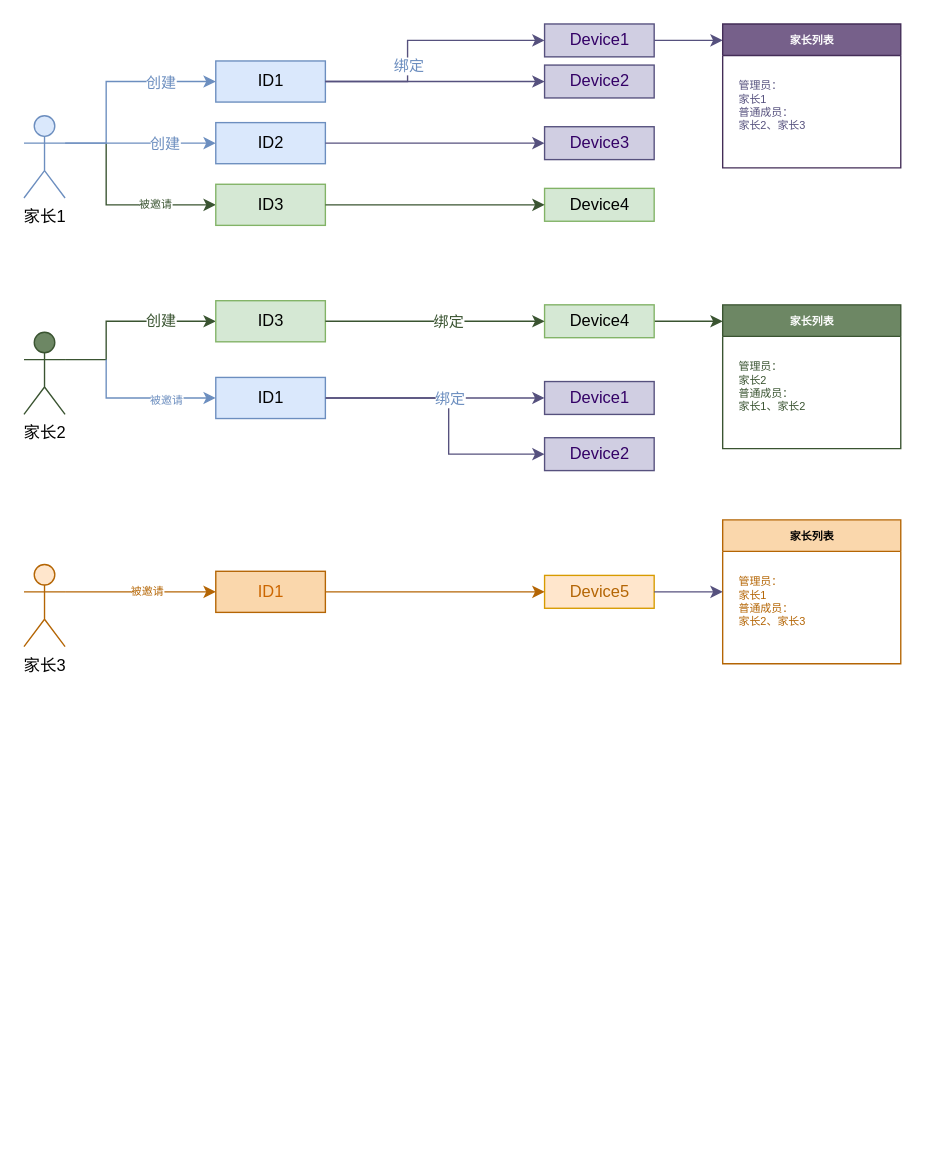
Above: jiajia.drawio in yangbe/diagrams (draw.io), before the change. Source tidied: cells renumbered, new cells numbered last; positions are measured from the earlier drawing's top-left corner, leaving out a move shared by most shapes. Both pictures are drawn from the tidied source at 137%, with x=0, y=0 at pixel (23, 23).
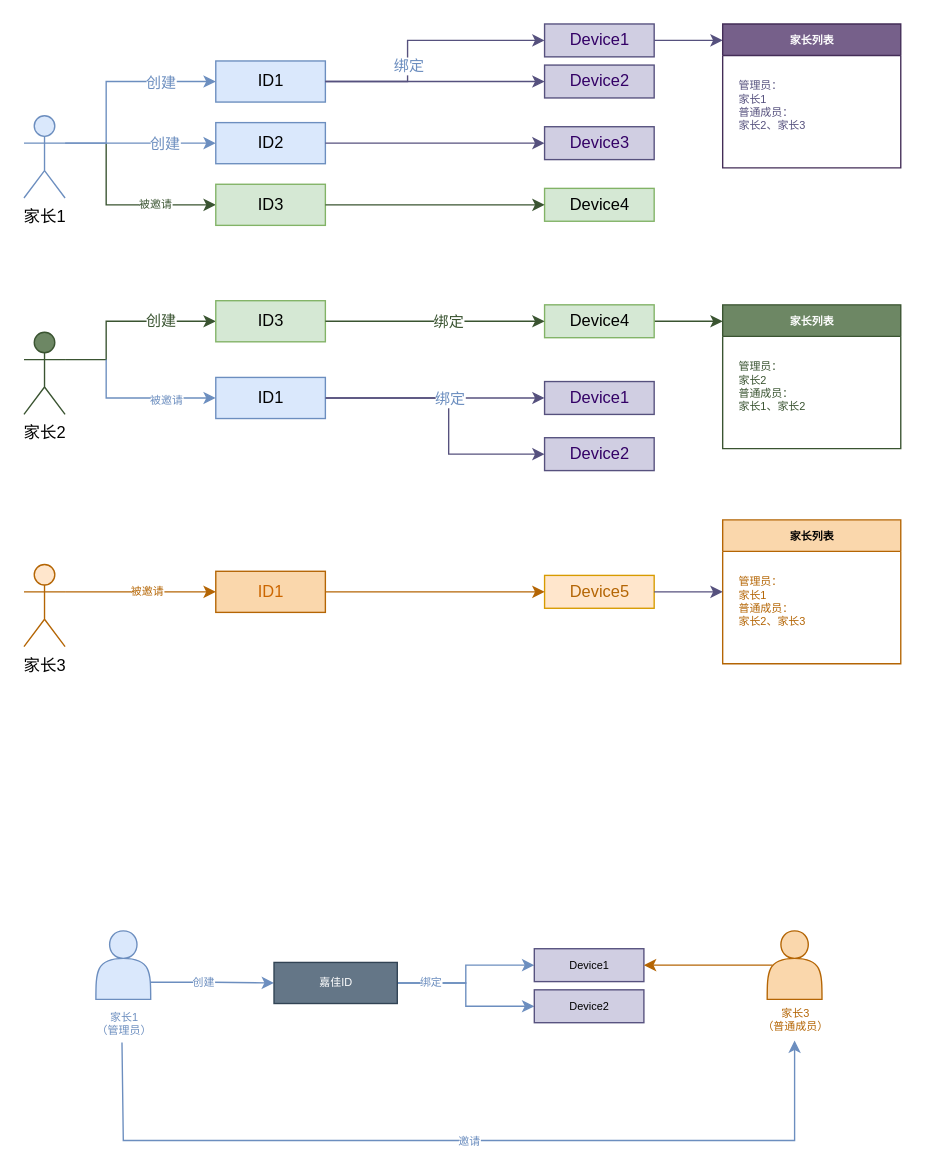
The same diagram, later.

What changed in the source:
```diff
@@
+    <mxCell id="53" style="edgeStyle=orthogonalEdgeStyle;rounded=0;jettySize=auto;html=1;exitX=1;exitY=0.75;exitDx=0;exitDy=0;entryX=0;entryY=0.5;entryDx=0;entryDy=0;fontSize=8;fontColor=#6C8EBF;strokeColor=#6C8EBF;" parent="1" edge="1" source="57" target="61">
+      <mxGeometry relative="1" as="geometry" />
+    </mxCell>
+    <mxCell id="54" value="创建" style="edgeLabel;html=1;align=center;verticalAlign=middle;fontSize=8;fontColor=#6C8EBF;" parent="53" vertex="1">
+      <mxGeometry x="-0.16" relative="1" as="geometry" />
+    </mxCell>
+    <mxCell id="55" style="edgeStyle=orthogonalEdgeStyle;rounded=0;jettySize=auto;html=1;exitX=0.488;exitY=0.95;exitDx=0;exitDy=0;fontSize=8;exitPerimeter=0;fontColor=#6C8EBF;labelBackgroundColor=none;strokeColor=#6C8EBF;" parent="1" edge="1" source="67" target="66">
+      <mxGeometry relative="1" as="geometry">
+        <Array as="points">
+          <mxPoint x="72.5" y="744" />
+          <mxPoint x="72.5" y="815" />
+          <mxPoint x="562.5" y="815" />
+        </Array>
+      </mxGeometry>
+    </mxCell>
+    <mxCell id="56" value="邀请" style="edgeLabel;html=1;align=center;verticalAlign=middle;fontSize=8;fontColor=#6C8EBF;" parent="55" vertex="1">
+      <mxGeometry x="0.02" relative="1" as="geometry" />
+    </mxCell>
+    <mxCell id="57" style="shape=actor;whiteSpace=wrap;html=1;rounded=0;glass=0;sketch=0;fontSize=8;strokeColor=#6c8ebf;align=left;fillColor=#dae8fc;verticalAlign=middle;" parent="1" vertex="1">
+      <mxGeometry x="52.5" y="662" width="40" height="50" as="geometry" />
+    </mxCell>
+    <mxCell id="58" style="edgeStyle=orthogonalEdgeStyle;rounded=0;jettySize=auto;html=1;fontSize=8;exitX=1;exitY=0.5;exitDx=0;exitDy=0;entryX=0;entryY=0.5;entryDx=0;entryDy=0;fontColor=#6C8EBF;strokeColor=#6C8EBF;" parent="1" edge="1" source="61" target="62">
+      <mxGeometry relative="1" as="geometry">
+        <Array as="points">
+          <mxPoint x="322.5" y="700" />
+          <mxPoint x="322.5" y="717" />
+        </Array>
+      </mxGeometry>
+    </mxCell>
+    <mxCell id="59" style="edgeStyle=orthogonalEdgeStyle;rounded=0;jettySize=auto;html=1;exitX=1;exitY=0.5;exitDx=0;exitDy=0;fontSize=8;fontColor=#6C8EBF;strokeColor=#6C8EBF;" parent="1" edge="1" source="61" target="63">
+      <mxGeometry relative="1" as="geometry">
+        <Array as="points">
+          <mxPoint x="322.5" y="700" />
+          <mxPoint x="322.5" y="687" />
+        </Array>
+      </mxGeometry>
+    </mxCell>
+    <mxCell id="60" value="绑定" style="edgeLabel;html=1;align=center;verticalAlign=middle;fontSize=8;fontColor=#6C8EBF;" parent="59" vertex="1">
+      <mxGeometry x="-0.73" y="-1" relative="1" as="geometry">
+        <mxPoint x="9" y="-2" as="offset" />
+      </mxGeometry>
+    </mxCell>
+    <mxCell id="61" value="嘉佳ID" style="whiteSpace=wrap;html=1;align=center;rounded=0;glass=0;sketch=0;fontSize=8;strokeColor=#314354;fillColor=#647687;fontColor=#ffffff;" parent="1" vertex="1">
+      <mxGeometry x="182.5" y="685" width="90" height="30" as="geometry" />
+    </mxCell>
+    <mxCell id="62" value="Device2" style="whiteSpace=wrap;html=1;align=center;rounded=0;glass=0;sketch=0;fontSize=8;strokeColor=#56517e;fillColor=#d0cee2;" parent="1" vertex="1">
+      <mxGeometry x="372.5" y="705" width="80" height="24" as="geometry" />
+    </mxCell>
+    <mxCell id="63" value="Device1" style="whiteSpace=wrap;html=1;align=center;rounded=0;glass=0;sketch=0;fontSize=8;strokeColor=#56517e;fillColor=#d0cee2;" parent="1" vertex="1">
+      <mxGeometry x="372.5" y="675" width="80" height="24" as="geometry" />
+    </mxCell>
+    <mxCell id="64" style="edgeStyle=orthogonalEdgeStyle;rounded=0;jettySize=auto;html=1;exitX=0.1;exitY=0.5;exitDx=0;exitDy=0;entryX=1;entryY=0.5;entryDx=0;entryDy=0;fontSize=8;fontColor=#B46504;strokeColor=#B46504;exitPerimeter=0;" parent="1" edge="1" source="65" target="63">
+      <mxGeometry relative="1" as="geometry">
+        <Array as="points">
+          <mxPoint x="522.5" y="687" />
+          <mxPoint x="522.5" y="687" />
+        </Array>
+      </mxGeometry>
+    </mxCell>
+    <mxCell id="65" style="shape=actor;whiteSpace=wrap;html=1;rounded=0;glass=0;sketch=0;fontSize=8;strokeColor=#b46504;align=left;fillColor=#fad7ac;verticalAlign=middle;" parent="1" vertex="1">
+      <mxGeometry x="542.5" y="662" width="40" height="50" as="geometry" />
+    </mxCell>
+    <mxCell id="66" value="家长3&lt;br&gt;（普通成员）" style="text;html=1;align=center;verticalAlign=middle;points=[];strokeColor=none;fontSize=8;fontColor=#B46504;" parent="1" vertex="1">
+      <mxGeometry x="517.5" y="712" width="90" height="30" as="geometry" />
+    </mxCell>
+    <mxCell id="67" value="家长1&lt;br&gt;（管理员）" style="text;html=1;align=center;verticalAlign=middle;points=[];strokeColor=none;fontSize=8;fontColor=#6C8EBF;" parent="1" vertex="1">
+      <mxGeometry x="32.5" y="715" width="80" height="30" as="geometry" />
+    </mxCell>
```
